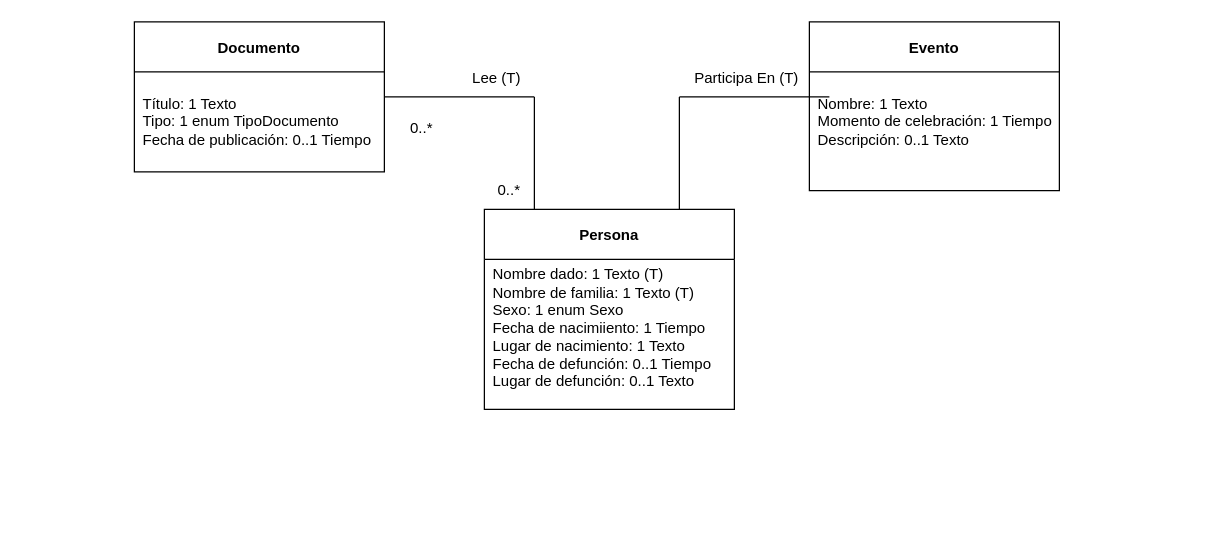
ESTHERRODRIGUEZGARCIA/TrabajoGrupal1-EDA keeps this draw.io diagram as ejercicio29.drawio. Above is the earlier version. Source tidied: cells renumbered, new cells numbered last; positions are measured from the earlier drawing's top-left corner, leaving out a move shared by most shapes. Both pictures are drawn from the tidied source at 125%, with x=0, y=0 at pixel (134, 21).
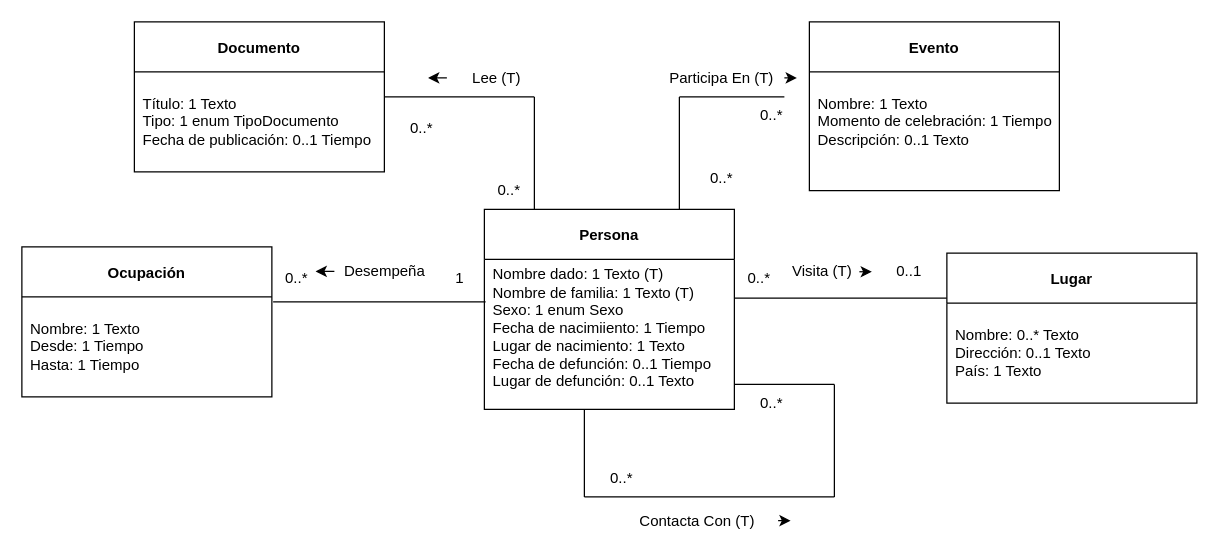
Above is the later version.

Commit message:
ejercicio 29 acabado

The edit, as a diff of the source:
```diff
@@
-    <mxCell id="14" style="endArrow=none;html=1;exitX=1;exitY=0.5;exitDx=0;exitDy=0;" parent="1" edge="1">
+    <mxCell id="14" style="endArrow=none;html=1;exitX=1;exitY=0.5;exitDx=0;exitDy=0;entryX=1;entryY=1;entryDx=0;entryDy=0;" parent="1" edge="1" target="15">
       <mxGeometry relative="1" as="geometry">
         <mxPoint x="436" y="60" as="sourcePoint" />
-        <mxPoint x="556" y="60" as="targetPoint" />
       </mxGeometry>
     </mxCell>
     <mxCell id="15" value="Participa En (T)" style="text;html=1;strokeColor=none;fillColor=none;align=center;verticalAlign=middle;whiteSpace=wrap;rounded=0;" parent="1" vertex="1">
-      <mxGeometry x="440" y="30" width="100" height="30" as="geometry" />
+      <mxGeometry x="420" y="30" width="100" height="30" as="geometry" />
     </mxCell>
+    <mxCell id="16" style="endArrow=none;html=1;exitX=1;exitY=0.5;exitDx=0;exitDy=0;" parent="1" edge="1">
+      <mxGeometry relative="1" as="geometry">
+        <mxPoint x="480" y="221" as="sourcePoint" />
+        <mxPoint x="650" y="221" as="targetPoint" />
+      </mxGeometry>
+    </mxCell>
+    <mxCell id="17" value="Visita (T)" style="text;html=1;align=center;verticalAlign=middle;strokeColor=none;fillColor=none;" parent="1" vertex="1">
+      <mxGeometry x="520" y="190" width="60" height="20" as="geometry" />
+    </mxCell>
+    <mxCell id="18" value="0..*" style="text;html=1;strokeColor=none;fillColor=none;align=center;verticalAlign=middle;whiteSpace=wrap;rounded=0;" parent="1" vertex="1">
+      <mxGeometry x="470" y="190" width="60" height="30" as="geometry" />
+    </mxCell>
+    <mxCell id="19" value="0..*" style="text;html=1;strokeColor=none;fillColor=none;align=center;verticalAlign=middle;whiteSpace=wrap;rounded=0;" parent="1" vertex="1">
+      <mxGeometry x="480" y="60" width="60" height="30" as="geometry" />
+    </mxCell>
+    <mxCell id="20" value="0..*" style="text;html=1;strokeColor=none;fillColor=none;align=center;verticalAlign=middle;whiteSpace=wrap;rounded=0;" parent="1" vertex="1">
+      <mxGeometry x="440" y="110" width="60" height="30" as="geometry" />
+    </mxCell>
+    <mxCell id="21" value="0..1" style="text;html=1;strokeColor=none;fillColor=none;align=center;verticalAlign=middle;whiteSpace=wrap;rounded=0;" parent="1" vertex="1">
+      <mxGeometry x="590" y="185" width="60" height="30" as="geometry" />
+    </mxCell>
+    <mxCell id="22" value="Lugar" style="swimlane;startSize=40;" parent="1" vertex="1">
+      <mxGeometry x="650" y="185" width="200" height="120" as="geometry" />
+    </mxCell>
+    <mxCell id="23" value="Nombre: 0..* Texto&lt;br&gt;Dirección: 0..1 Texto&lt;br&gt;País: 1 Texto" style="text;html=1;strokeColor=none;fillColor=none;align=left;verticalAlign=middle;whiteSpace=wrap;rounded=0;" parent="22" vertex="1">
+      <mxGeometry x="5" y="25" width="190" height="110" as="geometry" />
+    </mxCell>
+    <mxCell id="24" style="endArrow=none;html=1;exitX=1;exitY=0.5;exitDx=0;exitDy=0;" parent="1" edge="1">
+      <mxGeometry relative="1" as="geometry">
+        <mxPoint x="480" y="290" as="sourcePoint" />
+        <mxPoint x="560" y="290" as="targetPoint" />
+      </mxGeometry>
+    </mxCell>
+    <mxCell id="25" style="endArrow=none;html=1;exitX=1;exitY=1;exitDx=0;exitDy=0;" parent="1" edge="1">
+      <mxGeometry relative="1" as="geometry">
+        <mxPoint x="560" y="290" as="sourcePoint" />
+        <mxPoint x="560" y="380" as="targetPoint" />
+      </mxGeometry>
+    </mxCell>
+    <mxCell id="26" style="endArrow=none;html=1;" parent="1" edge="1">
+      <mxGeometry relative="1" as="geometry">
+        <mxPoint x="360" y="380" as="sourcePoint" />
+        <mxPoint x="560" y="380" as="targetPoint" />
+      </mxGeometry>
+    </mxCell>
+    <mxCell id="27" style="endArrow=none;html=1;exitX=1;exitY=1;exitDx=0;exitDy=0;" parent="1" edge="1">
+      <mxGeometry relative="1" as="geometry">
+        <mxPoint x="360" y="310" as="sourcePoint" />
+        <mxPoint x="360" y="380" as="targetPoint" />
+      </mxGeometry>
+    </mxCell>
+    <mxCell id="28" value="0..*" style="text;html=1;strokeColor=none;fillColor=none;align=center;verticalAlign=middle;whiteSpace=wrap;rounded=0;" parent="1" vertex="1">
+      <mxGeometry x="480" y="290" width="60" height="30" as="geometry" />
+    </mxCell>
+    <mxCell id="29" value="0..*" style="text;html=1;strokeColor=none;fillColor=none;align=center;verticalAlign=middle;whiteSpace=wrap;rounded=0;" parent="1" vertex="1">
+      <mxGeometry x="360" y="350" width="60" height="30" as="geometry" />
+    </mxCell>
+    <mxCell id="30" value="Contacta Con (T)" style="text;html=1;align=center;verticalAlign=middle;strokeColor=none;fillColor=none;" parent="1" vertex="1">
+      <mxGeometry x="395" y="390" width="110" height="20" as="geometry" />
+    </mxCell>
+    <mxCell id="31" style="endArrow=none;html=1;exitX=1;exitY=0.5;exitDx=0;exitDy=0;" parent="1" edge="1">
+      <mxGeometry relative="1" as="geometry">
+        <mxPoint x="111" y="224" as="sourcePoint" />
+        <mxPoint x="281" y="224" as="targetPoint" />
+      </mxGeometry>
+    </mxCell>
+    <mxCell id="32" value="Ocupación" style="swimlane;startSize=40;" parent="1" vertex="1">
+      <mxGeometry x="-90" y="180" width="200" height="120" as="geometry" />
+    </mxCell>
+    <mxCell id="33" value="Nombre: 1 Texto&lt;br&gt;Desde: 1 Tiempo&lt;br&gt;Hasta: 1 Tiempo" style="text;html=1;strokeColor=none;fillColor=none;align=left;verticalAlign=middle;whiteSpace=wrap;rounded=0;" parent="32" vertex="1">
+      <mxGeometry x="5" y="25" width="190" height="110" as="geometry" />
+    </mxCell>
+    <mxCell id="34" value="0..*" style="text;html=1;strokeColor=none;fillColor=none;align=center;verticalAlign=middle;whiteSpace=wrap;rounded=0;" parent="1" vertex="1">
+      <mxGeometry x="100" y="190" width="60" height="30" as="geometry" />
+    </mxCell>
+    <mxCell id="35" value="1" style="text;html=1;align=center;verticalAlign=middle;strokeColor=none;fillColor=none;" parent="1" vertex="1">
+      <mxGeometry x="250" y="195" width="20" height="20" as="geometry" />
+    </mxCell>
+    <mxCell id="36" value="Desempeña" style="text;html=1;align=center;verticalAlign=middle;strokeColor=none;fillColor=none;" parent="1" vertex="1">
+      <mxGeometry x="160" y="190" width="80" height="20" as="geometry" />
+    </mxCell>
+    <mxCell id="37" style="endArrow=classic;html=1;" parent="1" edge="1">
+      <mxGeometry relative="1" as="geometry">
+        <mxPoint x="160" y="199.6" as="sourcePoint" />
+        <mxPoint x="145" y="199.6" as="targetPoint" />
+      </mxGeometry>
+    </mxCell>
+    <mxCell id="38" style="endArrow=classic;html=1;" parent="1" edge="1">
+      <mxGeometry relative="1" as="geometry">
+        <mxPoint x="250" y="44.8" as="sourcePoint" />
+        <mxPoint x="235" y="44.8" as="targetPoint" />
+      </mxGeometry>
+    </mxCell>
+    <mxCell id="39" style="endArrow=classic;html=1;" parent="1" edge="1">
+      <mxGeometry relative="1" as="geometry">
+        <mxPoint x="520" y="44.8" as="sourcePoint" />
+        <mxPoint x="530" y="44.8" as="targetPoint" />
+      </mxGeometry>
+    </mxCell>
+    <mxCell id="40" style="endArrow=classic;html=1;" parent="1" edge="1">
+      <mxGeometry relative="1" as="geometry">
+        <mxPoint x="580" y="199.9" as="sourcePoint" />
+        <mxPoint x="590" y="199.9" as="targetPoint" />
+        <Array as="points">
+          <mxPoint x="580" y="199.9" />
+        </Array>
+      </mxGeometry>
+    </mxCell>
+    <mxCell id="41" style="endArrow=classic;html=1;" parent="1" edge="1">
+      <mxGeometry relative="1" as="geometry">
+        <mxPoint x="515" y="399" as="sourcePoint" />
+        <mxPoint x="525" y="399" as="targetPoint" />
+        <Array as="points">
+          <mxPoint x="515" y="399" />
+        </Array>
+      </mxGeometry>
+    </mxCell>
```
